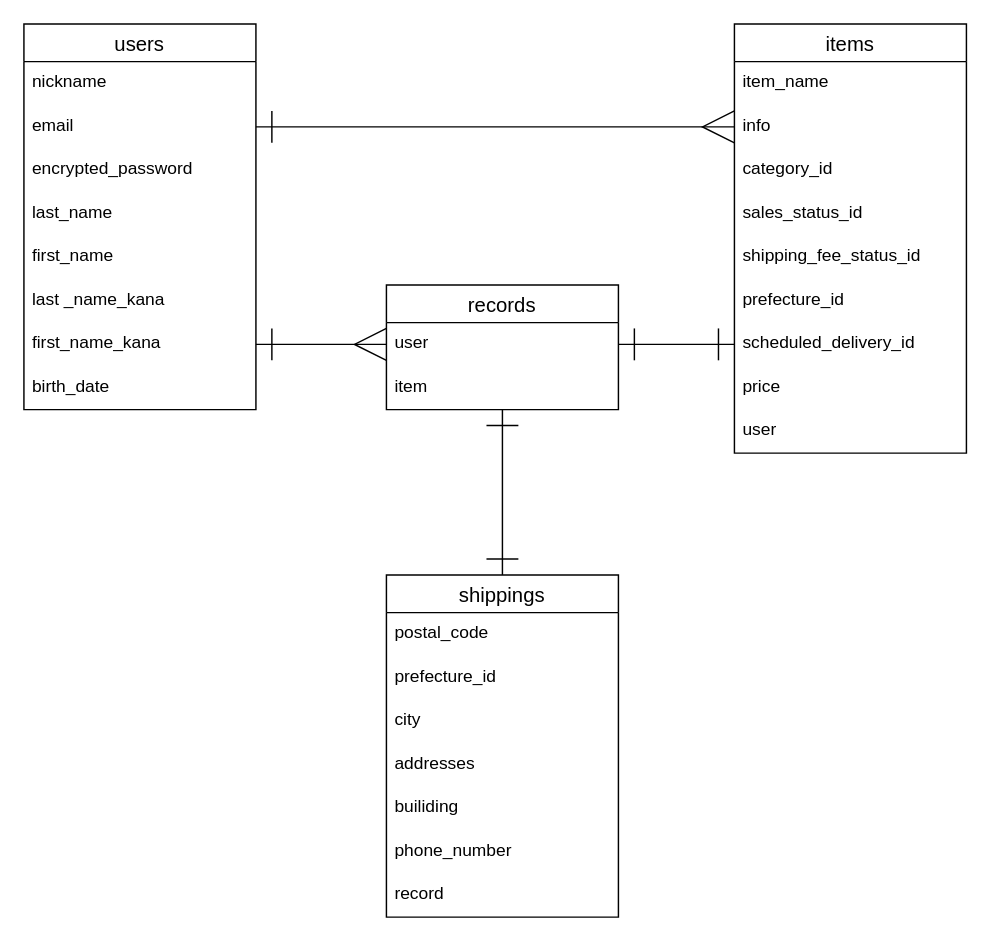
Before: ER.dio in chicorycoffee/furima-39312, a draw.io diagram. Source tidied: cells renumbered, new cells numbered last; positions are measured from the earlier drawing's top-left corner, leaving out a move shared by most shapes. Both pictures are drawn from the tidied source at 145%, with x=0, y=0 at pixel (23, 23).
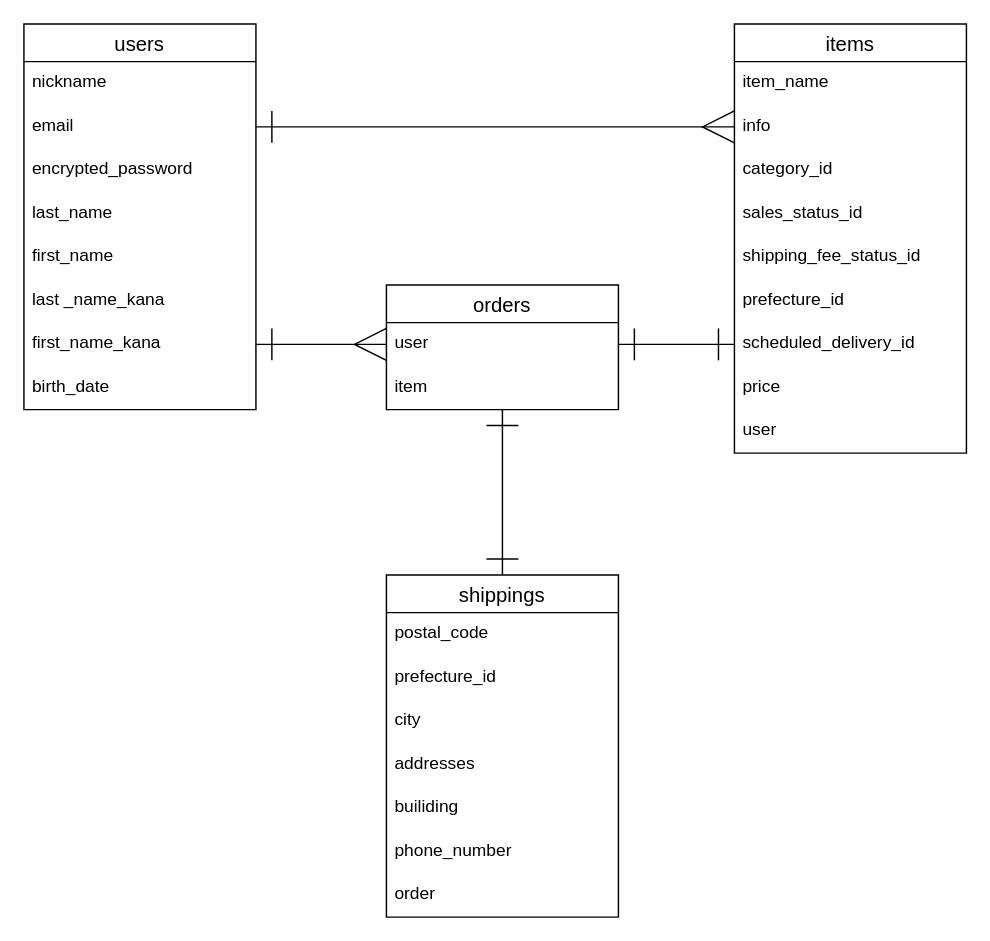
The same diagram, later.

Unchanged cells that the change refers to:
```xml
<mxCell id="25" value="shippings" style="swimlane;fontStyle=0;horizontal=1;startSize=26;align=center;fontSize=14;" parent="1" vertex="1">
  <mxGeometry x="250" y="380" width="160" height="236" as="geometry" />
</mxCell>
```

Diff of the diagram source:
```diff
@@
-    <mxCell id="21" value="records" style="swimlane;fontStyle=0;horizontal=1;startSize=26;align=center;fontSize=14;" parent="1" vertex="1">
+    <mxCell id="21" value="orders" style="swimlane;fontStyle=0;horizontal=1;startSize=26;align=center;fontSize=14;" parent="1" vertex="1">
       <mxGeometry x="250" y="180" width="160" height="86" as="geometry" />
     </mxCell>
@@
-    <mxCell id="32" value="record" style="text;strokeColor=none;fillColor=none;spacingLeft=4;spacingRight=4;overflow=hidden;fontSize=12;" parent="25" vertex="1">
+    <mxCell id="32" value="order" style="text;strokeColor=none;fillColor=none;spacingLeft=4;spacingRight=4;overflow=hidden;fontSize=12;" parent="25" vertex="1">
       <mxGeometry y="206" width="160" height="30" as="geometry" />
     </mxCell>
```
